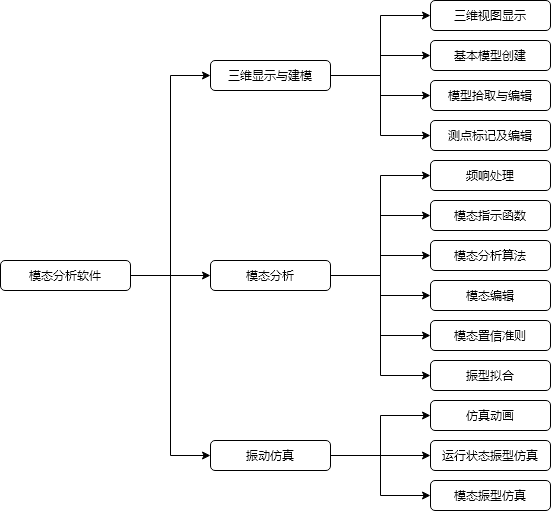
zhugy08/drawio keeps this draw.io diagram as graphs/modal-analysis.png. Above is the earlier version. Source tidied: cells renumbered, new cells last; positions are measured from the earlier drawing's top-left corner, leaving out a move shared by most shapes.
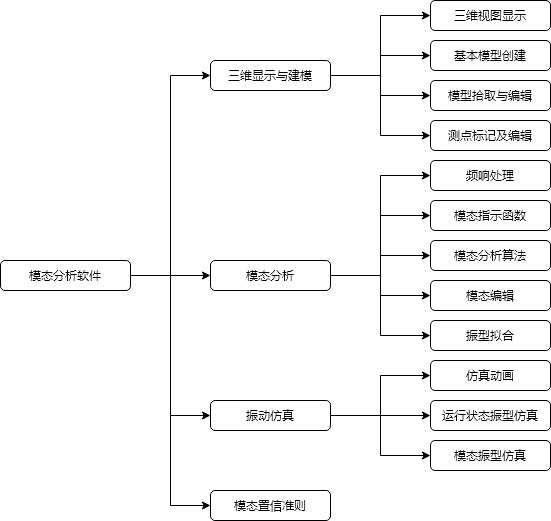
After the change.

What changed in the source:
```diff
@@ -11,6 +11,9 @@
     <mxCell id="4" style="edgeStyle=orthogonalEdgeStyle;rounded=0;jettySize=auto;html=1;entryX=0;entryY=0.5;entryDx=0;entryDy=0;fontSize=12;" parent="1" edge="1" source="5" target="21">
       <mxGeometry relative="1" as="geometry" />
     </mxCell>
+    <mxCell id="35" style="edgeStyle=orthogonalEdgeStyle;rounded=0;jettySize=auto;html=1;entryX=0;entryY=0.5;entryDx=0;entryDy=0;fontSize=12;" parent="1" edge="1" source="5" target="28">
+      <mxGeometry relative="1" as="geometry" />
+    </mxCell>
     <mxCell id="5" value="模态分析软件" style="rounded=1;whiteSpace=wrap;html=1;fontSize=12;" parent="1" vertex="1">
       <mxGeometry y="260" width="130" height="30" as="geometry" />
     </mxCell>
@@ -41,9 +44,6 @@
     <mxCell id="14" style="edgeStyle=orthogonalEdgeStyle;rounded=0;jettySize=auto;html=1;entryX=0;entryY=0.5;entryDx=0;entryDy=0;fontSize=12;" parent="1" edge="1" source="17" target="27">
       <mxGeometry relative="1" as="geometry" />
     </mxCell>
-    <mxCell id="15" style="edgeStyle=orthogonalEdgeStyle;rounded=0;jettySize=auto;html=1;entryX=0;entryY=0.5;entryDx=0;entryDy=0;fontSize=12;" parent="1" edge="1" source="17" target="28">
-      <mxGeometry relative="1" as="geometry" />
-    </mxCell>
     <mxCell id="16" style="edgeStyle=orthogonalEdgeStyle;rounded=0;jettySize=auto;html=1;entryX=0;entryY=0.5;entryDx=0;entryDy=0;fontSize=12;" parent="1" edge="1" source="17" target="29">
       <mxGeometry relative="1" as="geometry" />
     </mxCell>
@@ -60,7 +60,7 @@
       <mxGeometry relative="1" as="geometry" />
     </mxCell>
     <mxCell id="21" value="振动仿真" style="rounded=1;whiteSpace=wrap;html=1;fontSize=12;" parent="1" vertex="1">
-      <mxGeometry x="210" y="440" width="120" height="30" as="geometry" />
+      <mxGeometry x="210" y="400" width="120" height="30" as="geometry" />
     </mxCell>
     <mxCell id="22" value="基本模型创建" style="rounded=1;whiteSpace=wrap;html=1;fontSize=12;" parent="1" vertex="1">
       <mxGeometry x="430" y="40" width="120" height="30" as="geometry" />
@@ -81,19 +81,19 @@
       <mxGeometry x="430" y="280" width="120" height="30" as="geometry" />
     </mxCell>
     <mxCell id="28" value="模态置信准则" style="rounded=1;whiteSpace=wrap;html=1;fontSize=12;" parent="1" vertex="1">
-      <mxGeometry x="430" y="320" width="120" height="30" as="geometry" />
+      <mxGeometry x="210" y="490" width="120" height="30" as="geometry" />
     </mxCell>
     <mxCell id="29" value="振型拟合" style="rounded=1;whiteSpace=wrap;html=1;fontSize=12;" parent="1" vertex="1">
-      <mxGeometry x="430" y="360" width="120" height="30" as="geometry" />
+      <mxGeometry x="430" y="320" width="120" height="30" as="geometry" />
     </mxCell>
     <mxCell id="30" value="仿真动画" style="rounded=1;whiteSpace=wrap;html=1;fontSize=12;" parent="1" vertex="1">
-      <mxGeometry x="430" y="400" width="120" height="30" as="geometry" />
+      <mxGeometry x="430" y="360" width="120" height="30" as="geometry" />
     </mxCell>
     <mxCell id="31" value="运行状态振型仿真" style="rounded=1;whiteSpace=wrap;html=1;fontSize=12;" parent="1" vertex="1">
-      <mxGeometry x="430" y="440" width="120" height="30" as="geometry" />
+      <mxGeometry x="430" y="400" width="120" height="30" as="geometry" />
     </mxCell>
     <mxCell id="32" value="模态振型仿真" style="rounded=1;whiteSpace=wrap;html=1;fontSize=12;" parent="1" vertex="1">
-      <mxGeometry x="430" y="480" width="120" height="30" as="geometry" />
+      <mxGeometry x="430" y="440" width="120" height="30" as="geometry" />
     </mxCell>
     <mxCell id="33" value="模态指示函数" style="rounded=1;whiteSpace=wrap;html=1;fontSize=12;" parent="1" vertex="1">
       <mxGeometry x="430" y="200" width="120" height="30" as="geometry" />
```
